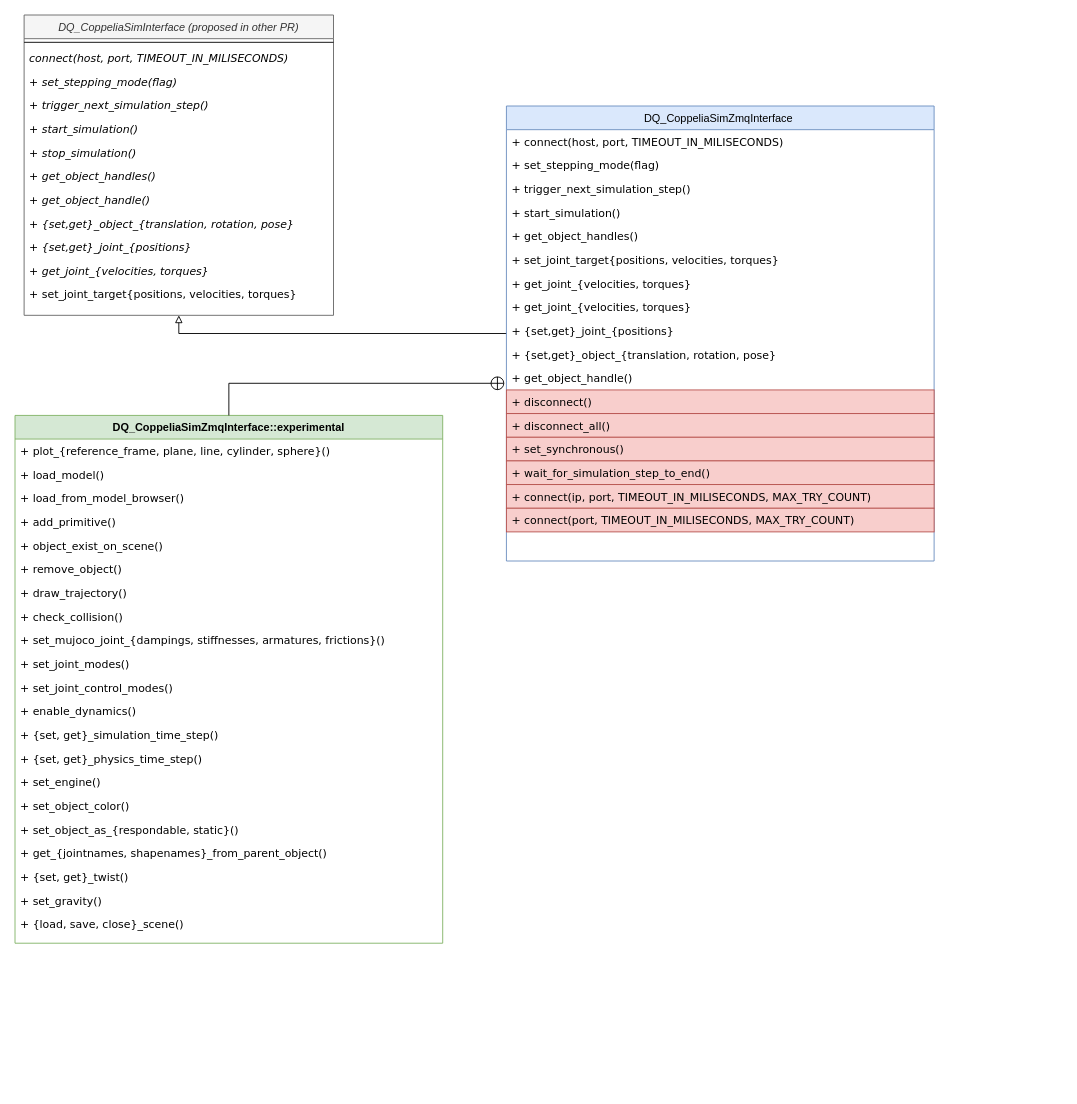
Earlier version of the draw.io diagram DQ_CoppeliaSimZmqInterface.drawio (juanjqo/draw_io_diagrams_test). Source tidied: cells renumbered, new cells numbered last; positions are measured from the earlier drawing's top-left corner, leaving out a move shared by most shapes. Both pictures are drawn from the tidied source at 91%, with x=0, y=0 at pixel (15, 15).
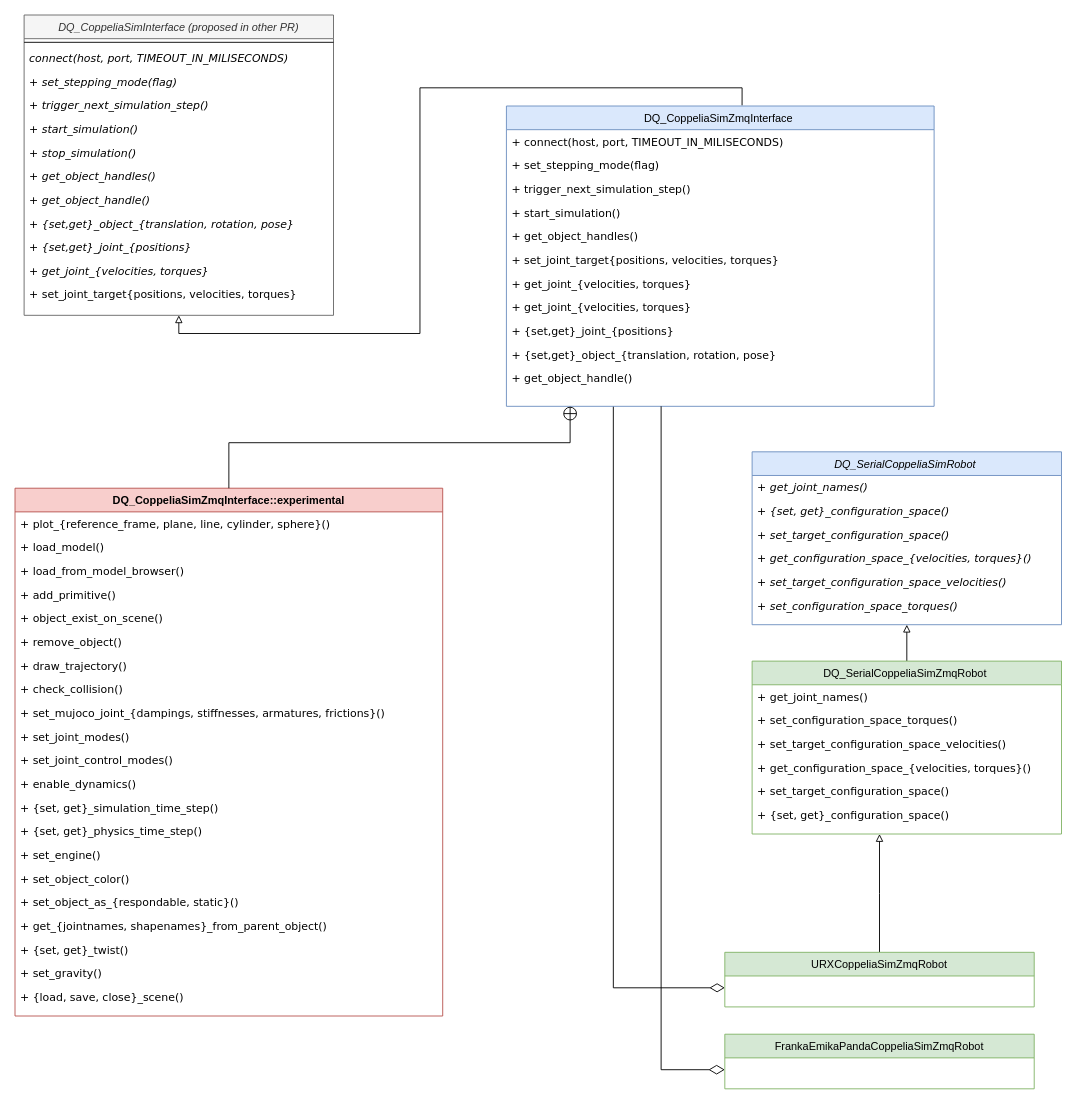
The same diagram, later.

The change refers to these unchanged cells:
```xml
<mxCell id="2" value="DQ_CoppeliaSimInterface (proposed in other PR)" style="swimlane;fontStyle=2;align=center;verticalAlign=top;horizontal=1;startSize=26;rounded=0;shadow=0;strokeWidth=1;fillColor=#f5f5f5;strokeColor=#666666;fontColor=#333333;" parent="1" vertex="1">
  <mxGeometry x="10" width="340" height="330" as="geometry" />
</mxCell>
<mxCell id="27" value="+ get_object_handle()" style="text;align=left;verticalAlign=top;spacingLeft=4;spacingRight=4;overflow=hidden;points=[[0,0.5],[1,0.5]];portConstraint=eastwest;fontFamily=Verdana;fontStyle=0;" parent="16" vertex="1">
  <mxGeometry y="286" width="470" height="26" as="geometry" />
</mxCell>
```

The edit, as a diff of the source:
```diff
@@
-    <mxCell id="15" style="edgeStyle=orthogonalEdgeStyle;rounded=0;jettySize=auto;html=1;entryX=0.5;entryY=1;entryDx=0;entryDy=0;endArrow=block;endFill=0;" parent="1" edge="1" source="16" target="2">
+    <mxCell id="15" style="edgeStyle=orthogonalEdgeStyle;rounded=0;jettySize=auto;html=1;entryX=0.5;entryY=1;entryDx=0;entryDy=0;endArrow=block;endFill=0;exitX=0.551;exitY=-0.002;exitDx=0;exitDy=0;exitPerimeter=0;" parent="1" edge="1" source="16" target="2">
       <mxGeometry relative="1" as="geometry" />
     </mxCell>
+    <mxCell id="57" style="edgeStyle=orthogonalEdgeStyle;rounded=0;jettySize=auto;html=1;exitX=0.25;exitY=1;exitDx=0;exitDy=0;entryX=0;entryY=0.5;entryDx=0;entryDy=0;endArrow=diamondThin;endFill=0;startSize=12;sourcePerimeterSpacing=6;targetPerimeterSpacing=9;endSize=14;" parent="1" edge="1" source="16" target="75">
+      <mxGeometry relative="1" as="geometry" />
+    </mxCell>
     <mxCell id="16" value="DQ_CoppeliaSimZmqInterface " style="swimlane;fontStyle=0;align=center;verticalAlign=top;horizontal=1;startSize=26;rounded=0;shadow=0;strokeWidth=1;fillColor=#dae8fc;strokeColor=#6c8ebf;" parent="1" vertex="1">
-      <mxGeometry x="540" y="100" width="470" height="500" as="geometry" />
+      <mxGeometry x="540" y="100" width="470" height="330" as="geometry" />
     </mxCell>
@@
-    <mxCell id="28" value="+ disconnect()" style="text;align=left;verticalAlign=top;spacingLeft=4;spacingRight=4;overflow=hidden;fontFamily=Verdana;fontStyle=0;fillColor=#f8cecc;strokeColor=#b85450;" parent="16" vertex="1">
-      <mxGeometry y="312" width="470" height="26" as="geometry" />
-    </mxCell>
-    <mxCell id="29" value="+ disconnect_all()" style="text;align=left;verticalAlign=top;spacingLeft=4;spacingRight=4;overflow=hidden;fontFamily=Verdana;fontStyle=0;fillColor=#f8cecc;strokeColor=#b85450;" parent="16" vertex="1">
-      <mxGeometry y="338" width="470" height="26" as="geometry" />
-    </mxCell>
-    <mxCell id="30" value="+ set_synchronous()" style="text;align=left;verticalAlign=top;spacingLeft=4;spacingRight=4;overflow=hidden;fontFamily=Verdana;fontStyle=0;fillColor=#f8cecc;strokeColor=#b85450;" parent="16" vertex="1">
-      <mxGeometry y="364" width="470" height="26" as="geometry" />
-    </mxCell>
-    <mxCell id="31" value="+ wait_for_simulation_step_to_end()" style="text;align=left;verticalAlign=top;spacingLeft=4;spacingRight=4;overflow=hidden;fontFamily=Verdana;fontStyle=0;fillColor=#f8cecc;strokeColor=#b85450;" parent="16" vertex="1">
-      <mxGeometry y="390" width="470" height="26" as="geometry" />
-    </mxCell>
-    <mxCell id="32" value="+ connect(ip, port, TIMEOUT_IN_MILISECONDS, MAX_TRY_COUNT)" style="text;align=left;verticalAlign=top;spacingLeft=4;spacingRight=4;overflow=hidden;fontFamily=Verdana;fontStyle=0;fillColor=#f8cecc;strokeColor=#b85450;" parent="16" vertex="1">
-      <mxGeometry y="416" width="470" height="26" as="geometry" />
-    </mxCell>
-    <mxCell id="33" value="+ connect(port, TIMEOUT_IN_MILISECONDS, MAX_TRY_COUNT)" style="text;align=left;verticalAlign=top;spacingLeft=4;spacingRight=4;overflow=hidden;fontFamily=Verdana;fontStyle=0;fillColor=#f8cecc;strokeColor=#b85450;" parent="16" vertex="1">
-      <mxGeometry y="442" width="470" height="26" as="geometry" />
-    </mxCell>
-    <mxCell id="34" value="DQ_CoppeliaSimZmqInterface::experimental" style="swimlane;fontStyle=1;align=center;verticalAlign=top;horizontal=1;startSize=26;rounded=0;shadow=0;strokeWidth=1;fillColor=#d5e8d4;strokeColor=#82b366;" parent="1" vertex="1">
-      <mxGeometry y="440" width="470" height="580" as="geometry" />
+    <mxCell id="34" value="DQ_CoppeliaSimZmqInterface::experimental" style="swimlane;fontStyle=1;align=center;verticalAlign=top;horizontal=1;startSize=26;rounded=0;shadow=0;strokeWidth=1;fillColor=#f8cecc;strokeColor=#b85450;" parent="1" vertex="1">
+      <mxGeometry y="520" width="470" height="580" as="geometry" />
     </mxCell>
@@
-    <mxCell id="56" style="edgeStyle=orthogonalEdgeStyle;rounded=0;jettySize=auto;html=1;entryX=-0.004;entryY=0.719;entryDx=0;entryDy=0;entryPerimeter=0;endArrow=circlePlus;endFill=0;" parent="1" edge="1" source="34" target="27">
-      <mxGeometry relative="1" as="geometry" />
+    <mxCell id="56" style="edgeStyle=orthogonalEdgeStyle;rounded=0;jettySize=auto;html=1;endArrow=circlePlus;endFill=0;" parent="1" edge="1" source="34">
+      <mxGeometry relative="1" as="geometry">
+        <mxPoint x="610" y="430" as="targetPoint" />
+        <Array as="points">
+          <mxPoint x="235" y="470" />
+          <mxPoint x="610" y="470" />
+        </Array>
+      </mxGeometry>
     </mxCell>
+    <mxCell id="58" value="DQ_SerialCoppeliaSimRobot " style="swimlane;fontStyle=2;align=center;verticalAlign=top;horizontal=1;startSize=26;rounded=0;shadow=0;strokeWidth=1;fillColor=#dae8fc;strokeColor=#6c8ebf;" parent="1" vertex="1">
+      <mxGeometry x="810" y="480" width="340" height="190" as="geometry" />
+    </mxCell>
+    <mxCell id="59" value="+ get_joint_names()" style="text;align=left;verticalAlign=top;spacingLeft=4;spacingRight=4;overflow=hidden;fontFamily=Verdana;fontStyle=2;" parent="58" vertex="1">
+      <mxGeometry y="26" width="340" height="26" as="geometry" />
+    </mxCell>
+    <mxCell id="60" value="+ {set, get}_configuration_space()" style="text;align=left;verticalAlign=top;spacingLeft=4;spacingRight=4;overflow=hidden;fontFamily=Verdana;fontStyle=2;" parent="58" vertex="1">
+      <mxGeometry y="52" width="340" height="26" as="geometry" />
+    </mxCell>
+    <mxCell id="61" value="+ set_target_configuration_space()" style="text;align=left;verticalAlign=top;spacingLeft=4;spacingRight=4;overflow=hidden;fontFamily=Verdana;fontStyle=2;" parent="58" vertex="1">
+      <mxGeometry y="78" width="340" height="26" as="geometry" />
+    </mxCell>
+    <mxCell id="62" value="+ get_configuration_space_{velocities, torques}()&#10;" style="text;align=left;verticalAlign=top;spacingLeft=4;spacingRight=4;overflow=hidden;fontFamily=Verdana;fontStyle=2;" parent="58" vertex="1">
+      <mxGeometry y="104" width="340" height="26" as="geometry" />
+    </mxCell>
+    <mxCell id="63" value="+ set_target_configuration_space_velocities()&#10;" style="text;align=left;verticalAlign=top;spacingLeft=4;spacingRight=4;overflow=hidden;fontFamily=Verdana;fontStyle=2;" parent="58" vertex="1">
+      <mxGeometry y="130" width="340" height="26" as="geometry" />
+    </mxCell>
+    <mxCell id="64" value="+ set_configuration_space_torques()&#10;" style="text;align=left;verticalAlign=top;spacingLeft=4;spacingRight=4;overflow=hidden;fontFamily=Verdana;fontStyle=2;" parent="58" vertex="1">
+      <mxGeometry y="156" width="340" height="26" as="geometry" />
+    </mxCell>
+    <mxCell id="65" style="edgeStyle=orthogonalEdgeStyle;rounded=0;jettySize=auto;html=1;exitX=0.5;exitY=0;exitDx=0;exitDy=0;entryX=0.5;entryY=1;entryDx=0;entryDy=0;endArrow=block;endFill=0;" parent="1" edge="1" source="66" target="58">
+      <mxGeometry relative="1" as="geometry" />
+    </mxCell>
+    <mxCell id="66" value="DQ_SerialCoppeliaSimZmqRobot " style="swimlane;fontStyle=0;align=center;verticalAlign=top;horizontal=1;startSize=26;rounded=0;shadow=0;strokeWidth=1;fillColor=#d5e8d4;strokeColor=#82b366;" parent="1" vertex="1">
+      <mxGeometry x="810" y="710" width="340" height="190" as="geometry" />
+    </mxCell>
+    <mxCell id="67" value="+ get_joint_names()" style="text;align=left;verticalAlign=top;spacingLeft=4;spacingRight=4;overflow=hidden;fontFamily=Verdana;fontStyle=0;" parent="66" vertex="1">
+      <mxGeometry y="26" width="340" height="26" as="geometry" />
+    </mxCell>
+    <mxCell id="68" value="+ set_configuration_space_torques()&#10;" style="text;align=left;verticalAlign=top;spacingLeft=4;spacingRight=4;overflow=hidden;fontFamily=Verdana;fontStyle=0;" parent="66" vertex="1">
+      <mxGeometry y="52" width="340" height="26" as="geometry" />
+    </mxCell>
+    <mxCell id="69" value="+ set_target_configuration_space_velocities()&#10;" style="text;align=left;verticalAlign=top;spacingLeft=4;spacingRight=4;overflow=hidden;fontFamily=Verdana;fontStyle=0;" parent="66" vertex="1">
+      <mxGeometry y="78" width="340" height="26" as="geometry" />
+    </mxCell>
+    <mxCell id="70" value="+ get_configuration_space_{velocities, torques}()&#10;" style="text;align=left;verticalAlign=top;spacingLeft=4;spacingRight=4;overflow=hidden;fontFamily=Verdana;fontStyle=0;" parent="66" vertex="1">
+      <mxGeometry y="104" width="340" height="26" as="geometry" />
+    </mxCell>
+    <mxCell id="71" value="+ set_target_configuration_space()" style="text;align=left;verticalAlign=top;spacingLeft=4;spacingRight=4;overflow=hidden;fontFamily=Verdana;fontStyle=0;" parent="66" vertex="1">
+      <mxGeometry y="130" width="340" height="26" as="geometry" />
+    </mxCell>
+    <mxCell id="72" value="+ {set, get}_configuration_space()" style="text;align=left;verticalAlign=top;spacingLeft=4;spacingRight=4;overflow=hidden;fontFamily=Verdana;fontStyle=0;" parent="66" vertex="1">
+      <mxGeometry y="156" width="340" height="26" as="geometry" />
+    </mxCell>
+    <mxCell id="73" style="edgeStyle=orthogonalEdgeStyle;rounded=0;jettySize=auto;html=1;endArrow=block;endFill=0;" parent="1" edge="1" source="74">
+      <mxGeometry relative="1" as="geometry">
+        <mxPoint x="950" y="900" as="targetPoint" />
+      </mxGeometry>
+    </mxCell>
+    <mxCell id="74" value="URXCoppeliaSimZmqRobot" style="swimlane;fontStyle=0;align=center;verticalAlign=top;horizontal=1;startSize=26;rounded=0;shadow=0;strokeWidth=1;fillColor=#d5e8d4;strokeColor=#82b366;" parent="1" vertex="1">
+      <mxGeometry x="780" y="1030" width="340" height="60" as="geometry" />
+    </mxCell>
+    <mxCell id="75" value="&#10;" style="text;align=left;verticalAlign=top;spacingLeft=4;spacingRight=4;overflow=hidden;points=[[0,0.5],[1,0.5]];portConstraint=eastwest;fontFamily=Verdana;fontStyle=0;" parent="74" vertex="1">
+      <mxGeometry y="26" width="340" height="26" as="geometry" />
+    </mxCell>
+    <mxCell id="76" value="FrankaEmikaPandaCoppeliaSimZmqRobot" style="swimlane;fontStyle=0;align=center;verticalAlign=top;horizontal=1;startSize=26;rounded=0;shadow=0;strokeWidth=1;fillColor=#d5e8d4;strokeColor=#82b366;" parent="1" vertex="1">
+      <mxGeometry x="780" y="1120" width="340" height="60" as="geometry" />
+    </mxCell>
+    <mxCell id="77" style="edgeStyle=orthogonalEdgeStyle;rounded=0;jettySize=auto;html=1;exitX=0;exitY=0.5;exitDx=0;exitDy=0;endArrow=none;endFill=0;startArrow=diamondThin;startFill=0;targetPerimeterSpacing=4;sourcePerimeterSpacing=4;endSize=10;startSize=15;" parent="76" edge="1" source="78">
+      <mxGeometry relative="1" as="geometry">
+        <mxPoint x="-70" y="-690" as="targetPoint" />
+        <Array as="points">
+          <mxPoint x="-70" y="39" />
+          <mxPoint x="-70" y="-690" />
+        </Array>
+      </mxGeometry>
+    </mxCell>
+    <mxCell id="78" value="&#10;" style="text;align=left;verticalAlign=top;spacingLeft=4;spacingRight=4;overflow=hidden;points=[[0,0.5],[1,0.5]];portConstraint=eastwest;fontFamily=Verdana;fontStyle=0;" parent="76" vertex="1">
+      <mxGeometry y="26" width="340" height="26" as="geometry" />
+    </mxCell>
```
